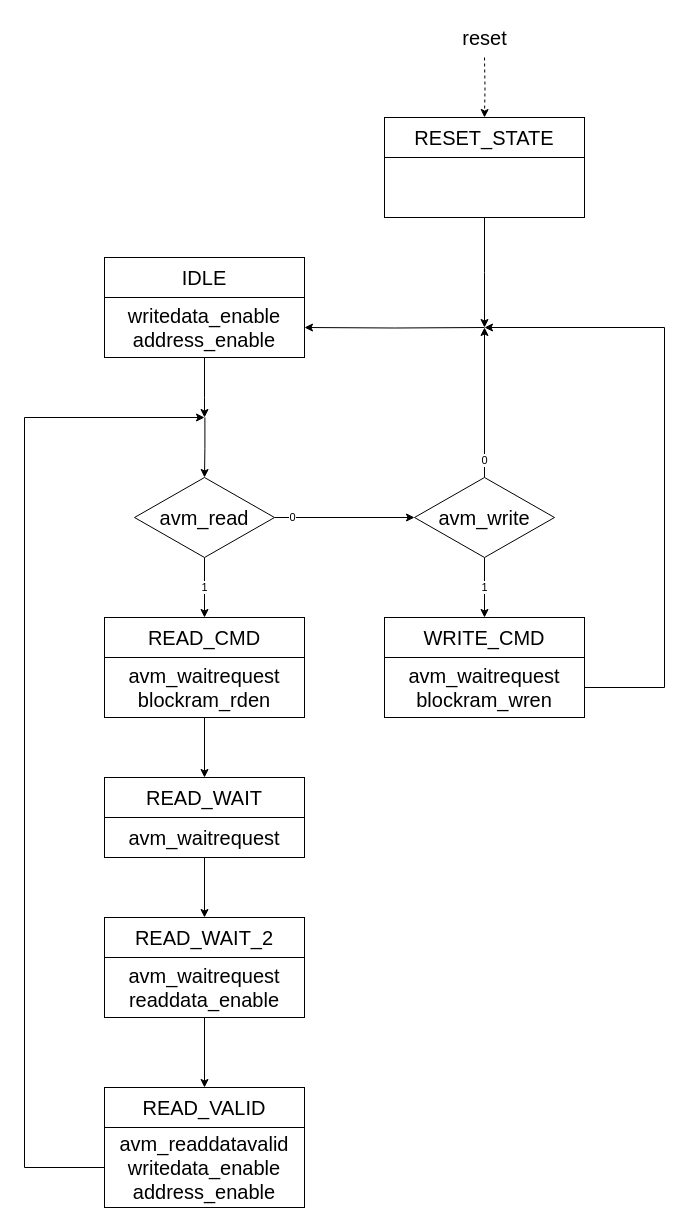
Above: page "AVM_TO_BLOCKRAM_CONVERTER: FSM" (2 of 2) of blockram_system_v1/schematics/blockRAM_system.drawio in AndreaBononi/Intel_Cyclone10LP_systems (draw.io), before the change. Source tidied: cells renumbered, new cells numbered last; positions are measured from the earlier drawing's top-left corner, leaving out a move shared by most shapes. Both pictures are drawn from the tidied source at 100%, with x=0, y=0 at pixel (24, 17).
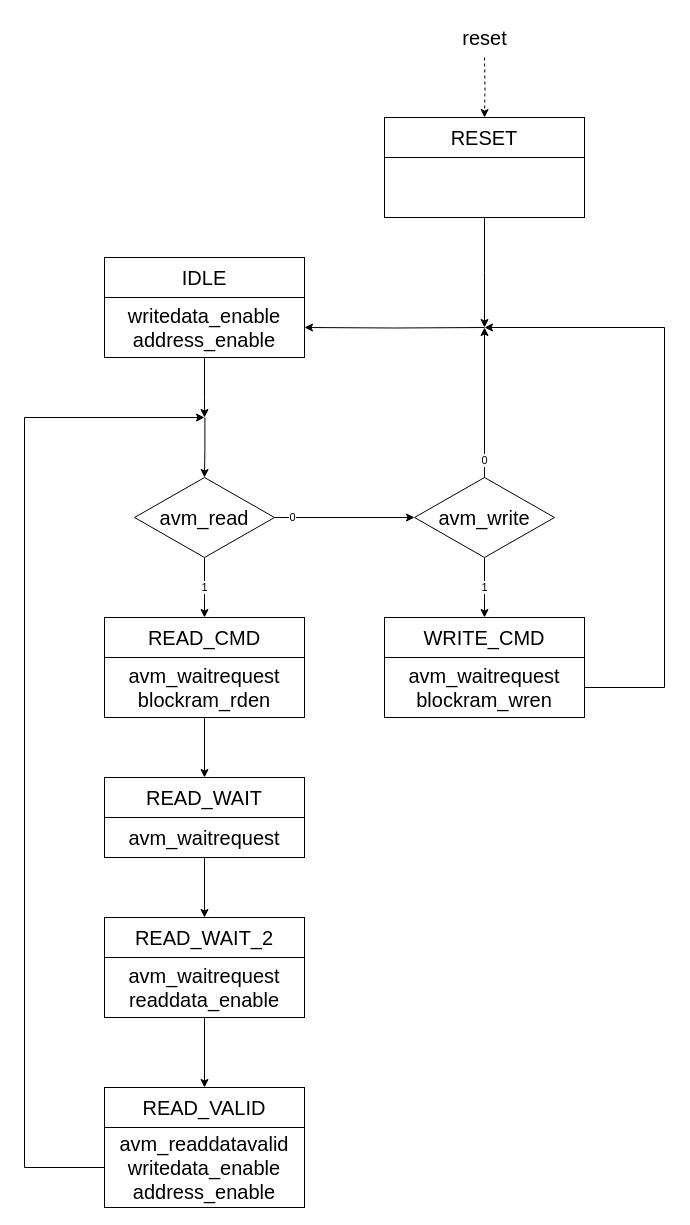
After the change.

The edit, as a diff of the source:
```diff
@@
-    <mxCell id="16" value="&lt;font style=&quot;font-size: 20px;&quot;&gt;RESET_STATE&lt;/font&gt;" style="rounded=0;whiteSpace=wrap;html=1;" parent="1" vertex="1">
+    <mxCell id="16" value="&lt;font style=&quot;font-size: 20px;&quot;&gt;RESET&lt;/font&gt;" style="rounded=0;whiteSpace=wrap;html=1;" parent="1" vertex="1">
       <mxGeometry x="360" y="100" width="200" height="40" as="geometry" />
     </mxCell>
```
